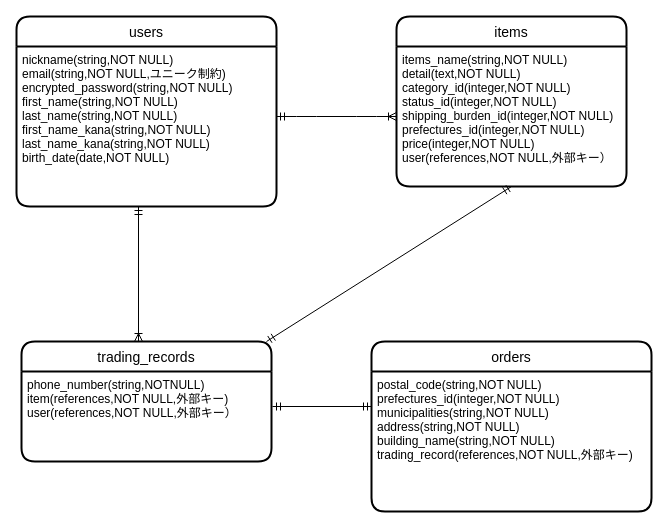
Before: furima.dio in yoshi0805/furima-36848, a draw.io diagram. Source tidied: cells renumbered, new cells numbered last; positions are measured from the earlier drawing's top-left corner, leaving out a move shared by most shapes. Both pictures are drawn from the tidied source at 100%, with x=0, y=0 at pixel (16, 16).
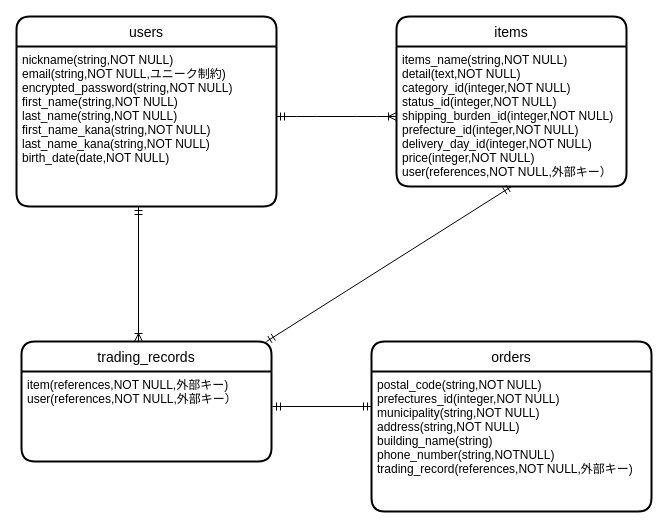
After the change.

Commit message (it also covers changes not shown here):
データベース設計（修正2）

Diff of the diagram source:
```diff
@@
 <mxGraphModel>
   <root>
     <mxCell id="0" />
     <mxCell id="1" parent="0" />
     <mxCell id="2" value="users" style="swimlane;horizontal=1;startSize=30;rounded=1;fontSize=14;fontStyle=0;strokeWidth=2;shadow=0;dashed=0;align=center;" parent="1" vertex="1">
       <mxGeometry width="260" height="190" as="geometry" />
     </mxCell>
     <mxCell id="3" value="nickname(string,NOT NULL)&#10;email(string,NOT NULL,ユニーク制約)&#10;encrypted_password(string,NOT NULL)&#10;first_name(string,NOT NULL)&#10;last_name(string,NOT NULL)&#10;first_name_kana(string,NOT NULL)&#10;last_name_kana(string,NOT NULL)&#10;birth_date(date,NOT NULL)&#10;" style="align=left;strokeColor=none;fillColor=none;spacingLeft=4;fontSize=12;verticalAlign=top;" parent="2" vertex="1">
       <mxGeometry y="30" width="260" height="160" as="geometry" />
     </mxCell>
     <mxCell id="4" value="items" style="swimlane;horizontal=1;startSize=30;rounded=1;fontSize=14;fontStyle=0;strokeWidth=2;shadow=0;dashed=0;align=center;" parent="1" vertex="1">
       <mxGeometry x="380" width="230" height="170" as="geometry" />
     </mxCell>
-    <mxCell id="5" value="items_name(string,NOT NULL)&#10;detail(text,NOT NULL)&#10;category_id(integer,NOT NULL)&#10;status_id(integer,NOT NULL)&#10;shipping_burden_id(integer,NOT NULL)&#10;prefectures_id(integer,NOT NULL)&#10;price(integer,NOT NULL)&#10;user(references,NOT NULL,外部キー）&#10;&#10;" style="align=left;strokeColor=none;fillColor=none;spacingLeft=4;fontSize=12;verticalAlign=top;" parent="4" vertex="1">
+    <mxCell id="5" value="items_name(string,NOT NULL)&#10;detail(text,NOT NULL)&#10;category_id(integer,NOT NULL)&#10;status_id(integer,NOT NULL)&#10;shipping_burden_id(integer,NOT NULL)&#10;prefecture_id(integer,NOT NULL)&#10;delivery_day_id(integer,NOT NULL)&#10;price(integer,NOT NULL)&#10;user(references,NOT NULL,外部キー）&#10;&#10;" style="align=left;strokeColor=none;fillColor=none;spacingLeft=4;fontSize=12;verticalAlign=top;" parent="4" vertex="1">
       <mxGeometry y="30" width="230" height="140" as="geometry" />
     </mxCell>
     <mxCell id="6" value="orders" style="swimlane;horizontal=1;startSize=30;rounded=1;fontSize=14;fontStyle=0;strokeWidth=2;shadow=0;dashed=0;align=center;" parent="1" vertex="1">
       <mxGeometry x="355" y="325" width="280" height="170" as="geometry" />
     </mxCell>
-    <mxCell id="7" value="postal_code(string,NOT NULL)&#10;prefectures_id(integer,NOT NULL)&#10;municipalities(string,NOT NULL)&#10;address(string,NOT NULL)&#10;building_name(string,NOT NULL)&#10;trading_record(references,NOT NULL,外部キー)&#10;" style="align=left;strokeColor=none;fillColor=none;spacingLeft=4;fontSize=12;verticalAlign=top;" parent="6" vertex="1">
+    <mxCell id="7" value="postal_code(string,NOT NULL)&#10;prefectures_id(integer,NOT NULL)&#10;municipality(string,NOT NULL)&#10;address(string,NOT NULL)&#10;building_name(string)&#10;phone_number(string,NOTNULL)&#10;trading_record(references,NOT NULL,外部キー)&#10;" style="align=left;strokeColor=none;fillColor=none;spacingLeft=4;fontSize=12;verticalAlign=top;" parent="6" vertex="1">
       <mxGeometry y="30" width="280" height="140" as="geometry" />
     </mxCell>
     <mxCell id="8" style="edgeStyle=entityRelationEdgeStyle;fontSize=12;html=1;endArrow=ERoneToMany;startArrow=ERmandOne;entryX=0;entryY=0.5;entryDx=0;entryDy=0;" parent="1" edge="1" target="5">
       <mxGeometry relative="1" as="geometry">
         <mxPoint x="260" y="100" as="sourcePoint" />
       </mxGeometry>
     </mxCell>
     <mxCell id="9" value="trading_records" style="swimlane;horizontal=1;startSize=30;rounded=1;fontSize=14;fontStyle=0;strokeWidth=2;shadow=0;dashed=0;align=center;" parent="1" vertex="1">
       <mxGeometry x="5" y="325" width="250" height="120" as="geometry" />
     </mxCell>
-    <mxCell id="10" value="phone_number(string,NOTNULL)&#10;item(references,NOT NULL,外部キー)&#10;user(references,NOT NULL,外部キー）&#10;" style="align=left;strokeColor=none;fillColor=none;spacingLeft=4;fontSize=12;verticalAlign=top;" parent="9" vertex="1">
+    <mxCell id="10" value="item(references,NOT NULL,外部キー)&#10;user(references,NOT NULL,外部キー）&#10;" style="align=left;strokeColor=none;fillColor=none;spacingLeft=4;fontSize=12;verticalAlign=top;" parent="9" vertex="1">
       <mxGeometry y="30" width="250" height="90" as="geometry" />
     </mxCell>
     <mxCell id="11" style="fontSize=12;html=1;endArrow=ERoneToMany;startArrow=ERmandOne;entryX=0.468;entryY=0;entryDx=0;entryDy=0;entryPerimeter=0;" parent="1" edge="1" target="9">
       <mxGeometry relative="1" as="geometry">
         <mxPoint x="122" y="190" as="sourcePoint" />
       </mxGeometry>
     </mxCell>
     <mxCell id="12" style="fontSize=12;html=1;endArrow=ERmandOne;startArrow=ERmandOne;entryX=0;entryY=0.25;entryDx=0;entryDy=0;" parent="1" edge="1" target="7">
       <mxGeometry relative="1" as="geometry">
         <mxPoint x="256" y="390" as="sourcePoint" />
       </mxGeometry>
     </mxCell>
     <mxCell id="13" style="fontSize=12;html=1;endArrow=ERmandOne;startArrow=ERmandOne;entryX=0.5;entryY=1;entryDx=0;entryDy=0;" parent="1" edge="1" target="5">
       <mxGeometry relative="1" as="geometry">
         <mxPoint x="250" y="325" as="sourcePoint" />
       </mxGeometry>
     </mxCell>
   </root>
 </mxGraphModel>
```
